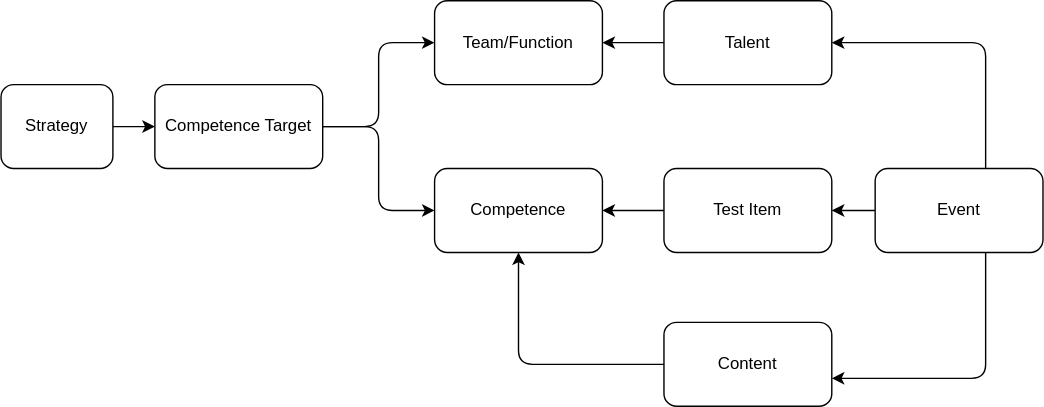
talent-digital/talentkit keeps this draw.io diagram as docs/assets/overview.drawio.svg. Above is the earlier version. Source tidied: cells renumbered, new cells last; positions are measured from the earlier drawing's top-left corner, leaving out a move shared by most shapes.
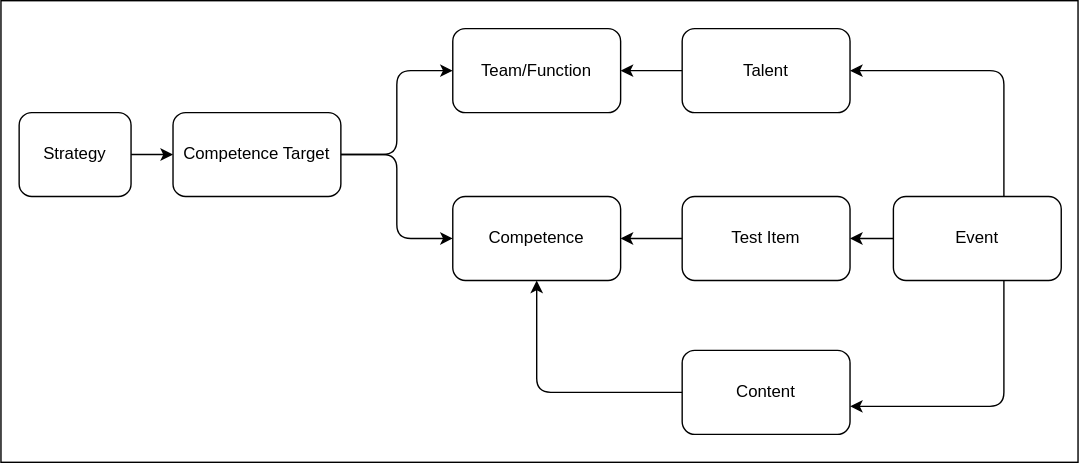
The same file after the commit.

Diff of the diagram source:
```diff
@@ -2,6 +2,9 @@
   <root>
     <mxCell id="0" />
     <mxCell id="1" parent="0" />
+    <mxCell id="19" style="rounded=0;whiteSpace=wrap;html=1;" parent="1" vertex="1">
+      <mxGeometry x="-13" y="-20" width="770" height="330" as="geometry" />
+    </mxCell>
     <mxCell id="2" style="edgeStyle=orthogonalEdgeStyle;rounded=1;jettySize=auto;html=1;" parent="1" edge="1" source="3" target="6">
       <mxGeometry relative="1" as="geometry" />
     </mxCell>
```
